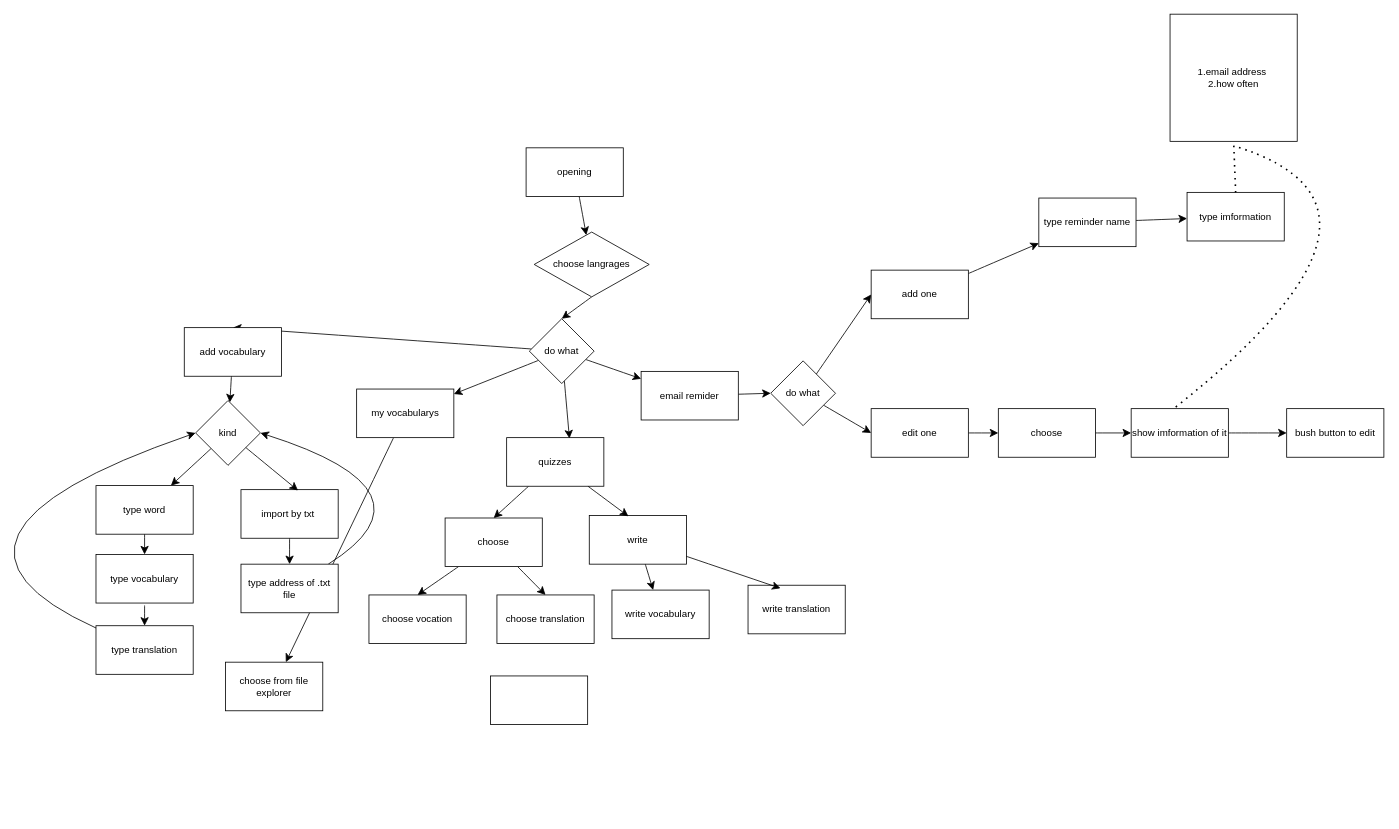
Rowan963/Any-vocabulary-memorize keeps this draw.io diagram as Flowchart.drawio. Above is the earlier version. Source tidied: cells renumbered, new cells numbered last; positions are measured from the earlier drawing's top-left corner, leaving out a move shared by most shapes. Both pictures are drawn from the tidied source at 81%, with x=0, y=0 at pixel (-106, 14).
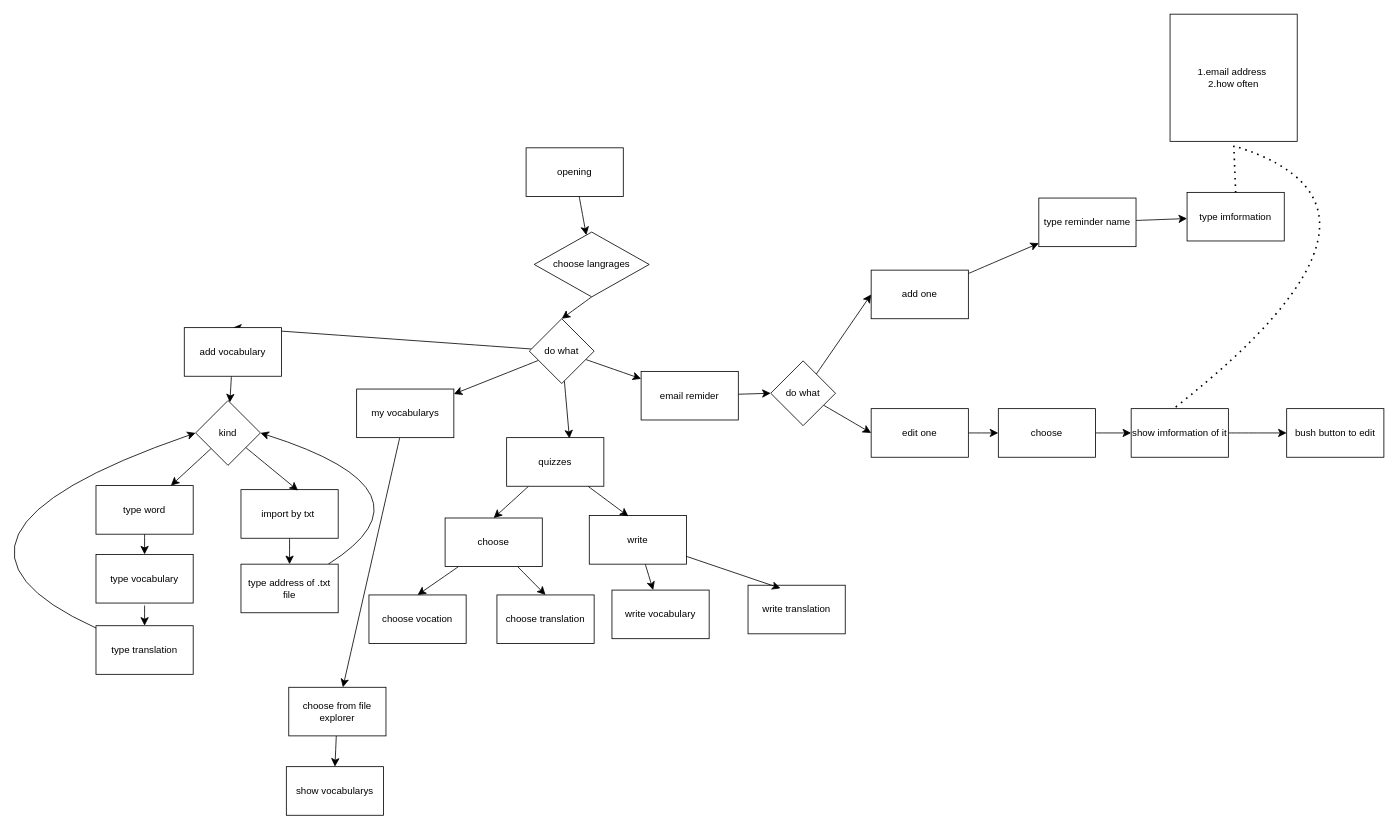
After the change.

What changed in the source:
```diff
@@
+    <mxCell id="63" style="edgeStyle=none;curved=1;rounded=0;jettySize=auto;html=1;entryX=0.5;entryY=0;entryDx=0;entryDy=0;fontSize=12;startSize=8;endSize=8;" parent="1" edge="1" source="60" target="62">
+      <mxGeometry relative="1" as="geometry" />
+    </mxCell>
     <mxCell id="60" value="choose from file explorer" style="whiteSpace=wrap;html=1;rounded=0;" parent="1" vertex="1">
-      <mxGeometry x="409" y="800" width="120" height="60" as="geometry" />
+      <mxGeometry x="487" y="831" width="120" height="60" as="geometry" />
     </mxCell>
@@
-    <mxCell id="62" style="rounded=0;whiteSpace=wrap;html=1;" parent="1" vertex="1">
-      <mxGeometry x="736" y="817" width="120" height="60" as="geometry" />
+    <mxCell id="62" value="show vocabularys" style="rounded=0;whiteSpace=wrap;html=1;" parent="1" vertex="1">
+      <mxGeometry x="484" y="929" width="120" height="60" as="geometry" />
     </mxCell>
```
